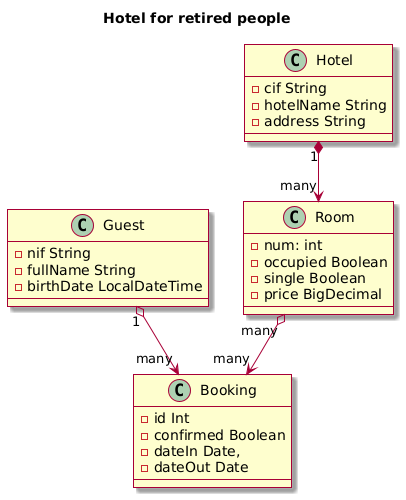
The PlantUML diagram docs/hotel_retired.models.png in miw-upm/apaw-practice, before a commit. Its diagram source:
```plantuml
@startuml
skin rose

title Hotel for retired people

class Guest
{
   -nif String
   -fullName String
   -birthDate LocalDateTime
}
class Booking
{
  -id Int
  -confirmed Boolean
  -dateIn Date,
  -dateOut Date
}
class Hotel
{
  -cif String
  -hotelName String
  -address String
}
class Room
{
  -num: int
  -occupied Boolean
  -single Boolean
  -price BigDecimal
}

Hotel "1" *--> "many" Room

Guest "1" o--> "many" Booking

Room "many" o--> "many" Booking
@enduml
```
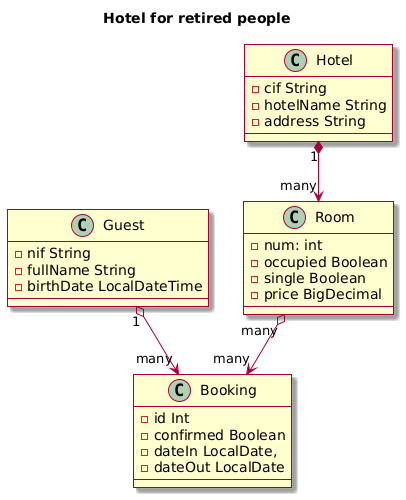
Later version of the same file.

The edit, as a diff of the source:
```diff
@@ -13,8 +13,8 @@
 {
   -id Int
   -confirmed Boolean
-  -dateIn Date,
-  -dateOut Date
+  -dateIn LocalDate,
+  -dateOut LocalDate
 }
 class Hotel
 {
```
